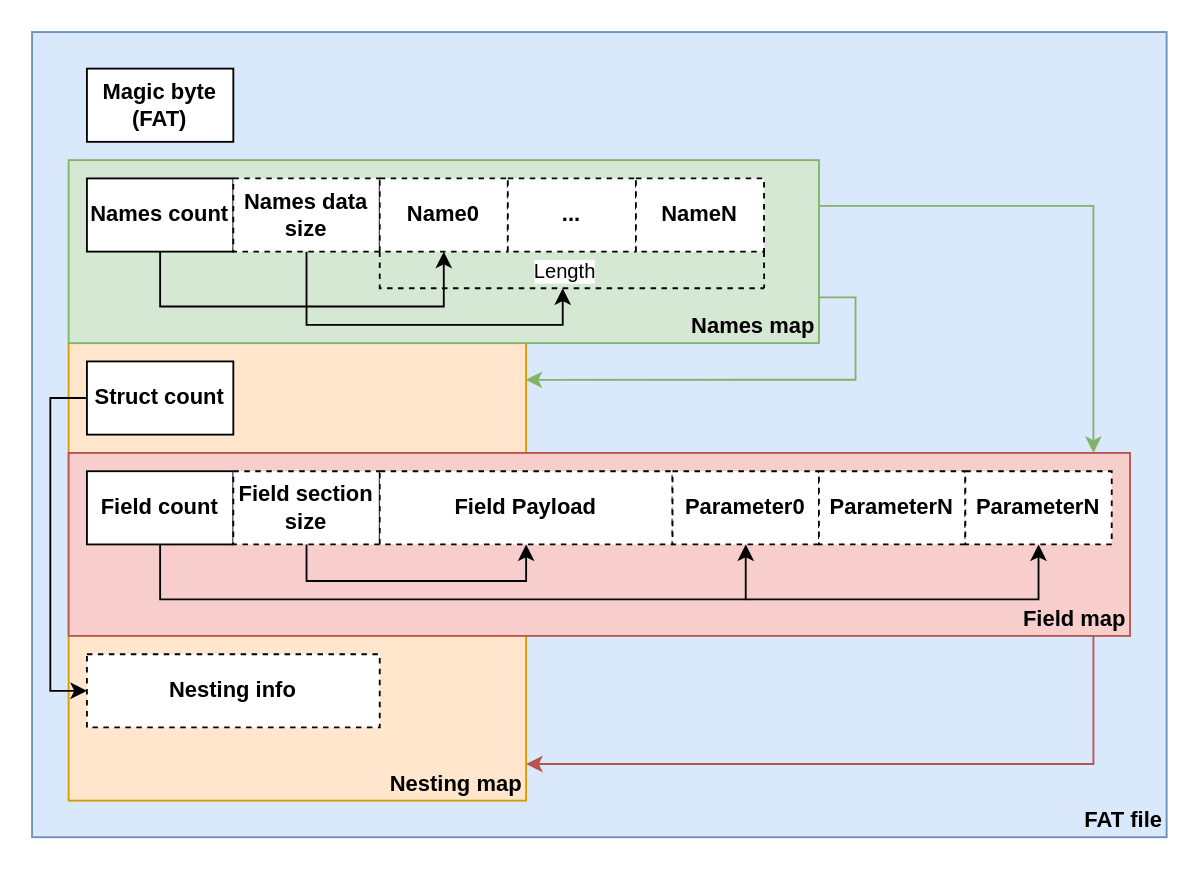
Above: charts/fat_blk_layout.drawio in Warthunder-Open-Source-Foundation/wt_blk (draw.io), before the change. Source tidied: cells renumbered, new cells numbered last; positions are measured from the earlier drawing's top-left corner, leaving out a move shared by most shapes. Both pictures are drawn from the tidied source at 183%, with x=0, y=0 at pixel (31, 31).
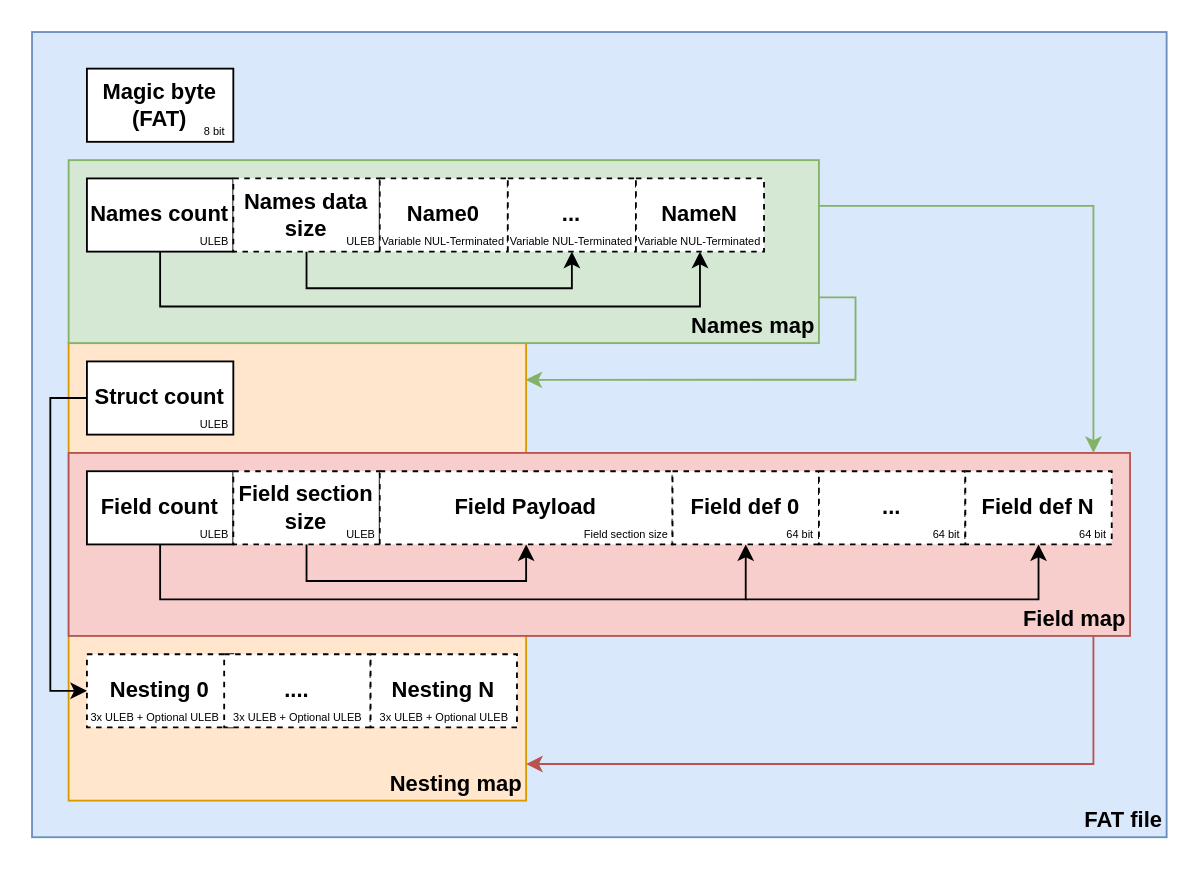
After the change.

Unchanged cells that the change refers to:
```xml
<mxCell id="5" value="&lt;b&gt;Names map&lt;/b&gt;" style="rounded=0;whiteSpace=wrap;html=1;fillColor=#d5e8d4;strokeColor=#82b366;align=right;verticalAlign=bottom;" parent="1" vertex="1">
  <mxGeometry x="20" y="70" width="410" height="100" as="geometry" />
</mxCell>
<mxCell id="7" value="&lt;b&gt;Names count&lt;/b&gt;" style="whiteSpace=wrap;html=1;align=center;" parent="1" vertex="1">
  <mxGeometry x="30" y="80" width="80" height="40" as="geometry" />
</mxCell>
<mxCell id="8" value="&lt;b&gt;Names data size&lt;/b&gt;" style="whiteSpace=wrap;html=1;align=center;dashed=1;" parent="1" vertex="1">
  <mxGeometry x="110" y="80" width="80" height="40" as="geometry" />
</mxCell>
<mxCell id="9" value="&lt;b&gt;Name0&lt;/b&gt;" style="whiteSpace=wrap;html=1;align=center;dashed=1;" parent="1" vertex="1">
  <mxGeometry x="190" y="80" width="70" height="40" as="geometry" />
</mxCell>
<mxCell id="23" value="&lt;b&gt;NameN&lt;/b&gt;" style="whiteSpace=wrap;html=1;align=center;dashed=1;" parent="1" vertex="1">
  <mxGeometry x="330" y="80" width="70" height="40" as="geometry" />
</mxCell>
```

What changed in the source:
```diff
@@
-    <mxCell id="14" value="&lt;b&gt;Parameter0&lt;br&gt;&lt;/b&gt;" style="whiteSpace=wrap;html=1;align=center;dashed=1;" parent="1" vertex="1">
+    <mxCell id="14" value="&lt;b&gt;Field def 0&lt;br&gt;&lt;/b&gt;" style="whiteSpace=wrap;html=1;align=center;dashed=1;" parent="1" vertex="1">
       <mxGeometry x="350" y="240" width="80" height="40" as="geometry" />
     </mxCell>
-    <mxCell id="15" value="&lt;b&gt;Nesting info&lt;/b&gt;" style="whiteSpace=wrap;html=1;align=center;dashed=1;" parent="1" vertex="1">
-      <mxGeometry x="30" y="340" width="160" height="40" as="geometry" />
+    <mxCell id="15" value="&lt;b&gt;Nesting 0&lt;/b&gt;" style="whiteSpace=wrap;html=1;align=center;dashed=1;" parent="1" vertex="1">
+      <mxGeometry x="30" y="340" width="80" height="40" as="geometry" />
     </mxCell>
@@
-    <mxCell id="24" value="&lt;b&gt;ParameterN&lt;br&gt;&lt;/b&gt;" style="whiteSpace=wrap;html=1;align=center;dashed=1;" parent="1" vertex="1">
+    <mxCell id="24" value="&lt;b&gt;...&lt;br&gt;&lt;/b&gt;" style="whiteSpace=wrap;html=1;align=center;dashed=1;" parent="1" vertex="1">
       <mxGeometry x="430" y="240" width="80" height="40" as="geometry" />
     </mxCell>
-    <mxCell id="25" value="&lt;b&gt;ParameterN&lt;br&gt;&lt;/b&gt;" style="whiteSpace=wrap;html=1;align=center;dashed=1;" parent="1" vertex="1">
+    <mxCell id="25" value="&lt;b&gt;Field def N&lt;br&gt;&lt;/b&gt;" style="whiteSpace=wrap;html=1;align=center;dashed=1;" parent="1" vertex="1">
       <mxGeometry x="510" y="240" width="80" height="40" as="geometry" />
     </mxCell>
@@
-    <mxCell id="27" style="endArrow=none;dashed=1;html=1;rounded=0;exitX=1;exitY=1;exitDx=0;exitDy=0;" parent="1" edge="1" source="8">
-      <mxGeometry relative="1" as="geometry">
-        <mxPoint x="400" y="140" as="targetPoint" />
-        <Array as="points">
-          <mxPoint x="190" y="140" />
-        </Array>
-      </mxGeometry>
-    </mxCell>
-    <mxCell id="28" value="Length" style="edgeLabel;html=1;align=center;verticalAlign=middle;" parent="27" vertex="1">
-      <mxGeometry x="-0.08" y="1" relative="1" as="geometry">
-        <mxPoint x="14" y="-9" as="offset" />
-      </mxGeometry>
-    </mxCell>
-    <mxCell id="29" style="endArrow=none;dashed=1;html=1;rounded=0;exitX=1;exitY=1;exitDx=0;exitDy=0;entryX=0.927;entryY=0.7;entryDx=0;entryDy=0;entryPerimeter=0;" parent="1" edge="1" source="23" target="5">
-      <mxGeometry relative="1" as="geometry" />
-    </mxCell>
-    <mxCell id="30" style="endArrow=classic;html=1;rounded=0;exitX=0.5;exitY=1;exitDx=0;exitDy=0;" parent="1" edge="1" source="8">
+    <mxCell id="30" style="endArrow=classic;html=1;rounded=0;exitX=0.5;exitY=1;exitDx=0;exitDy=0;entryX=0.5;entryY=1;entryDx=0;entryDy=0;" parent="1" edge="1" source="8" target="43">
       <mxGeometry relative="1" as="geometry">
-        <mxPoint x="290" y="140" as="targetPoint" />
         <Array as="points">
-          <mxPoint x="150" y="160" />
-          <mxPoint x="290" y="160" />
+          <mxPoint x="150" y="140" />
+          <mxPoint x="295" y="140" />
         </Array>
       </mxGeometry>
     </mxCell>
-    <mxCell id="31" style="endArrow=classic;html=1;rounded=0;exitX=0.5;exitY=1;exitDx=0;exitDy=0;entryX=0.5;entryY=1;entryDx=0;entryDy=0;" parent="1" edge="1" source="7" target="9">
+    <mxCell id="31" style="endArrow=classic;html=1;rounded=0;exitX=0.5;exitY=1;exitDx=0;exitDy=0;entryX=0.5;entryY=1;entryDx=0;entryDy=0;" parent="1" edge="1" source="7" target="44">
       <mxGeometry relative="1" as="geometry">
         <Array as="points">
           <mxPoint x="70" y="150" />
-          <mxPoint x="225" y="150" />
+          <mxPoint x="365" y="150" />
         </Array>
       </mxGeometry>
     </mxCell>
+    <mxCell id="32" value="ULEB" style="text;html=1;strokeColor=none;fillColor=none;align=center;verticalAlign=middle;whiteSpace=wrap;rounded=0;spacing=1;fontSize=6;" parent="1" vertex="1">
+      <mxGeometry x="90" y="110" width="20" height="10" as="geometry" />
+    </mxCell>
+    <mxCell id="33" value="ULEB" style="text;html=1;strokeColor=none;fillColor=none;align=center;verticalAlign=middle;whiteSpace=wrap;rounded=0;spacing=1;fontSize=6;" parent="1" vertex="1">
+      <mxGeometry x="170" y="110" width="20" height="10" as="geometry" />
+    </mxCell>
+    <mxCell id="34" value="8 bit" style="text;html=1;strokeColor=none;fillColor=none;align=center;verticalAlign=middle;whiteSpace=wrap;rounded=0;spacing=1;fontSize=6;" parent="1" vertex="1">
+      <mxGeometry x="90" y="50" width="20" height="10" as="geometry" />
+    </mxCell>
+    <mxCell id="35" value="ULEB" style="text;html=1;strokeColor=none;fillColor=none;align=center;verticalAlign=middle;whiteSpace=wrap;rounded=0;spacing=1;fontSize=6;" parent="1" vertex="1">
+      <mxGeometry x="90" y="210" width="20" height="10" as="geometry" />
+    </mxCell>
+    <mxCell id="36" value="ULEB" style="text;html=1;strokeColor=none;fillColor=none;align=center;verticalAlign=middle;whiteSpace=wrap;rounded=0;spacing=1;fontSize=6;" parent="1" vertex="1">
+      <mxGeometry x="90" y="270" width="20" height="10" as="geometry" />
+    </mxCell>
+    <mxCell id="37" value="ULEB" style="text;html=1;strokeColor=none;fillColor=none;align=center;verticalAlign=middle;whiteSpace=wrap;rounded=0;spacing=1;fontSize=6;" parent="1" vertex="1">
+      <mxGeometry x="170" y="270" width="20" height="10" as="geometry" />
+    </mxCell>
+    <mxCell id="38" value="Field section size" style="text;html=1;strokeColor=none;fillColor=none;align=center;verticalAlign=middle;whiteSpace=wrap;rounded=0;spacing=1;fontSize=6;" parent="1" vertex="1">
+      <mxGeometry x="300" y="270" width="50" height="10" as="geometry" />
+    </mxCell>
+    <mxCell id="39" value="64 bit" style="text;html=1;strokeColor=none;fillColor=none;align=center;verticalAlign=middle;whiteSpace=wrap;rounded=0;spacing=1;fontSize=6;" parent="1" vertex="1">
+      <mxGeometry x="410" y="270" width="20" height="10" as="geometry" />
+    </mxCell>
+    <mxCell id="40" value="64 bit" style="text;html=1;strokeColor=none;fillColor=none;align=center;verticalAlign=middle;whiteSpace=wrap;rounded=0;spacing=1;fontSize=6;" parent="1" vertex="1">
+      <mxGeometry x="490" y="270" width="20" height="10" as="geometry" />
+    </mxCell>
+    <mxCell id="41" value="64 bit" style="text;html=1;strokeColor=none;fillColor=none;align=center;verticalAlign=middle;whiteSpace=wrap;rounded=0;spacing=1;fontSize=6;" parent="1" vertex="1">
+      <mxGeometry x="570" y="270" width="20" height="10" as="geometry" />
+    </mxCell>
+    <mxCell id="42" value="Variable NUL-Terminated" style="text;html=1;strokeColor=none;fillColor=none;align=center;verticalAlign=middle;whiteSpace=wrap;rounded=0;spacing=1;fontSize=6;" parent="1" vertex="1">
+      <mxGeometry x="190" y="110" width="70" height="10" as="geometry" />
+    </mxCell>
+    <mxCell id="43" value="Variable NUL-Terminated" style="text;html=1;strokeColor=none;fillColor=none;align=center;verticalAlign=middle;whiteSpace=wrap;rounded=0;spacing=1;fontSize=6;" parent="1" vertex="1">
+      <mxGeometry x="260" y="110" width="70" height="10" as="geometry" />
+    </mxCell>
+    <mxCell id="44" value="Variable NUL-Terminated" style="text;html=1;strokeColor=none;fillColor=none;align=center;verticalAlign=middle;whiteSpace=wrap;rounded=0;spacing=1;fontSize=6;" parent="1" vertex="1">
+      <mxGeometry x="330" y="110" width="70" height="10" as="geometry" />
+    </mxCell>
+    <mxCell id="45" value="&lt;b&gt;....&lt;/b&gt;" style="whiteSpace=wrap;html=1;align=center;dashed=1;" parent="1" vertex="1">
+      <mxGeometry x="105" y="340" width="80" height="40" as="geometry" />
+    </mxCell>
+    <mxCell id="46" value="&lt;b&gt;Nesting N&lt;/b&gt;" style="whiteSpace=wrap;html=1;align=center;dashed=1;" parent="1" vertex="1">
+      <mxGeometry x="185" y="340" width="80" height="40" as="geometry" />
+    </mxCell>
+    <mxCell id="47" value="3x ULEB + Optional ULEB" style="text;html=1;strokeColor=none;fillColor=none;align=center;verticalAlign=middle;whiteSpace=wrap;rounded=0;spacing=1;fontSize=6;" parent="1" vertex="1">
+      <mxGeometry x="30" y="370" width="75" height="10" as="geometry" />
+    </mxCell>
+    <mxCell id="48" value="3x ULEB + Optional ULEB" style="text;html=1;strokeColor=none;fillColor=none;align=center;verticalAlign=middle;whiteSpace=wrap;rounded=0;spacing=1;fontSize=6;" parent="1" vertex="1">
+      <mxGeometry x="107.5" y="370" width="75" height="10" as="geometry" />
+    </mxCell>
+    <mxCell id="49" value="3x ULEB + Optional ULEB" style="text;html=1;strokeColor=none;fillColor=none;align=center;verticalAlign=middle;whiteSpace=wrap;rounded=0;spacing=1;fontSize=6;" parent="1" vertex="1">
+      <mxGeometry x="187.5" y="370" width="75" height="10" as="geometry" />
+    </mxCell>
```
